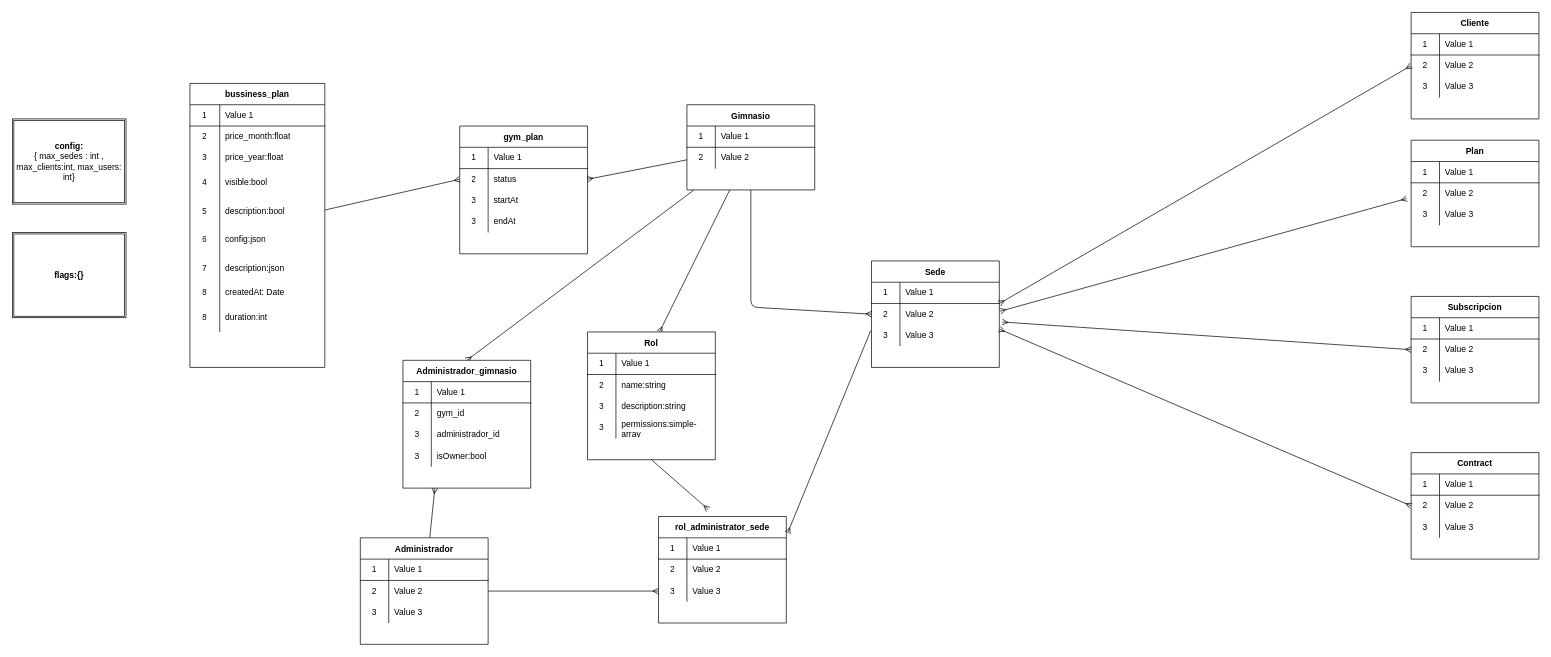
Earlier version of the draw.io diagram resources/bd.drawio (leobar37/gym-startup). Source tidied: cells renumbered, new cells numbered last; positions are measured from the earlier drawing's top-left corner, leaving out a move shared by most shapes. Both pictures are drawn from the tidied source at 71%, with x=0, y=0 at pixel (12, 12).
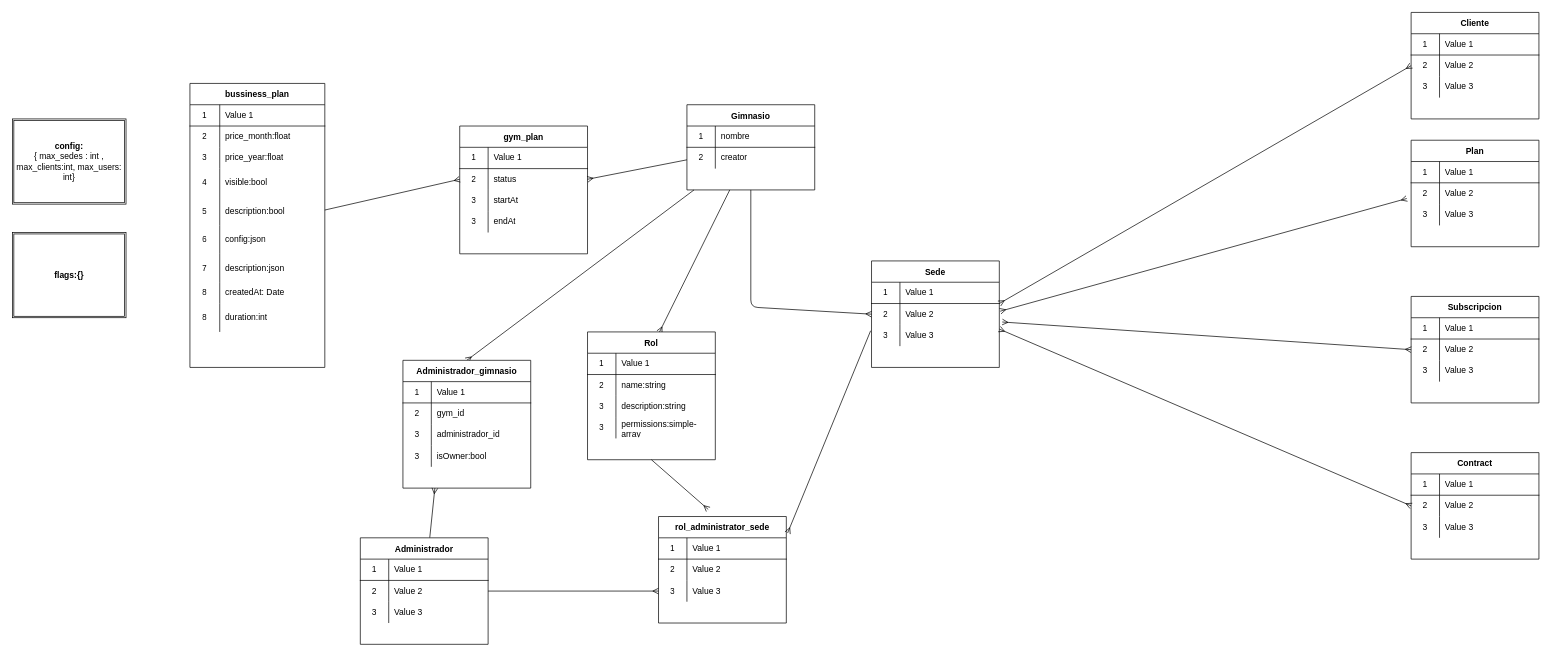
The same diagram, later.

Unchanged cells that the change refers to:
```xml
<mxCell id="7" style="shape=partialRectangle;html=1;whiteSpace=wrap;fillColor=none;top=0;left=0;bottom=1;right=0;" parent="6" vertex="1">
  <mxGeometry y="30" width="180" height="30" as="geometry" />
</mxCell>
<mxCell id="10" style="shape=partialRectangle;html=1;whiteSpace=wrap;fillColor=none;top=0;left=0;bottom=0;right=0;" parent="6" vertex="1">
  <mxGeometry y="60" width="180" height="30" as="geometry" />
</mxCell>
```

Diff of the diagram source:
```diff
@@
-    <mxCell id="9" value="Value 1" style="shape=partialRectangle;html=1;whiteSpace=wrap;fillColor=none;top=0;left=0;bottom=0;right=0;align=left;spacingLeft=6;overflow=hidden;" parent="7" vertex="1">
+    <mxCell id="9" value="nombre" style="shape=partialRectangle;html=1;whiteSpace=wrap;fillColor=none;top=0;left=0;bottom=0;right=0;align=left;spacingLeft=6;overflow=hidden;" parent="7" vertex="1">
       <mxGeometry x="40" width="140" height="30" as="geometry" />
     </mxCell>
@@
-    <mxCell id="12" value="Value 2" style="shape=partialRectangle;html=1;whiteSpace=wrap;fillColor=none;top=0;left=0;bottom=0;right=0;align=left;spacingLeft=6;overflow=hidden;" parent="10" vertex="1">
+    <mxCell id="12" value="creator" style="shape=partialRectangle;html=1;whiteSpace=wrap;fillColor=none;top=0;left=0;bottom=0;right=0;align=left;spacingLeft=6;overflow=hidden;" parent="10" vertex="1">
       <mxGeometry x="40" width="140" height="30" as="geometry" />
     </mxCell>
```
